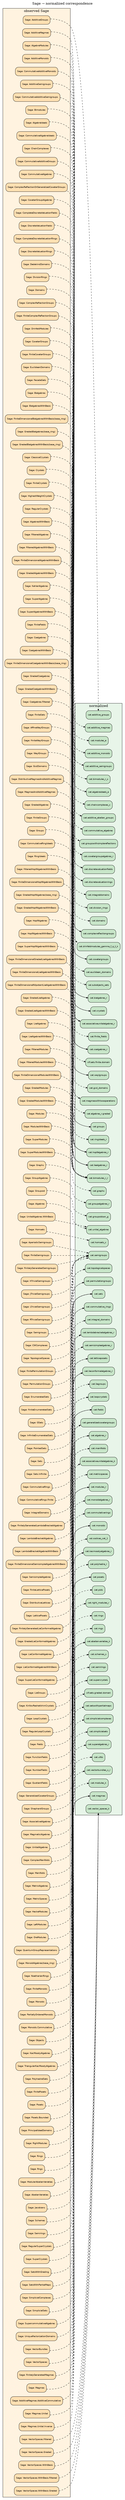
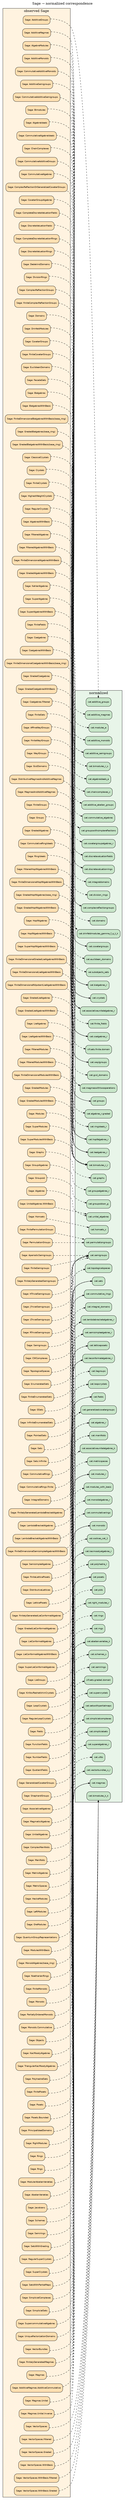
// GENERATED from observed + mapping + normalized ids
digraph SageToNormalized {
  graph [rankdir=LR, labelloc=t, label="Sage → normalized correspondence"];
  node [shape=box, style="rounded,filled", fontname="Helvetica", fontsize=9];
  edge [arrowsize=0.65];

  subgraph cluster_sage {
    label="observed Sage";
    style=filled; fillcolor="#fff3e0";
    "sage.category.additive_groups_additivegroups" [label="Sage: AdditiveGroups", kind="sage_category", fillcolor="#ffe0b2"];
    "sage.category.additive_magmas_additivemagmas" [label="Sage: AdditiveMagmas", kind="sage_category", fillcolor="#ffe0b2"];
    "sage.category.additive_monoids_additivemonoids" [label="Sage: AdditiveMonoids", kind="sage_category", fillcolor="#ffe0b2"];
    "sage.category.additive_semigroups_additivesemigroups" [label="Sage: AdditiveSemigroups", kind="sage_category", fillcolor="#ffe0b2"];
    "sage.category.affine_weyl_groups_affineweylgroups" [label="Sage: AffineWeylGroups", kind="sage_category", fillcolor="#ffe0b2"];
    "sage.category.algebra_ideals_algebraideals" [label="Sage: AlgebraIdeals", kind="sage_category", fillcolor="#ffe0b2"];
    "sage.category.algebra_modules_algebramodules" [label="Sage: AlgebraModules", kind="sage_category", fillcolor="#ffe0b2"];
    "sage.category.algebras_algebras" [label="Sage: Algebras", kind="sage_category", fillcolor="#ffe0b2"];
    "sage.category.algebras_with_basis_algebraswithbasis" [label="Sage: AlgebrasWithBasis", kind="sage_category", fillcolor="#ffe0b2"];
    "sage.category.aperiodic_semigroups_aperiodicsemigroups" [label="Sage: AperiodicSemigroups", kind="sage_category", fillcolor="#ffe0b2"];
    "sage.category.associative_algebras_associativealgebras" [label="Sage: AssociativeAlgebras", kind="sage_category", fillcolor="#ffe0b2"];
    "sage.category.bialgebras_bialgebras" [label="Sage: Bialgebras", kind="sage_category", fillcolor="#ffe0b2"];
    "sage.category.bialgebras_with_basis_bialgebraswithbasis" [label="Sage: BialgebrasWithBasis", kind="sage_category", fillcolor="#ffe0b2"];
    "sage.category.bimodules_bimodules" [label="Sage: Bimodules", kind="sage_category", fillcolor="#ffe0b2"];
    "sage.category.chain_complexes_chaincomplexes" [label="Sage: ChainComplexes", kind="sage_category", fillcolor="#ffe0b2"];
    "sage.category.classical_crystals_classicalcrystals" [label="Sage: ClassicalCrystals", kind="sage_category", fillcolor="#ffe0b2"];
    "sage.category.coalgebras_coalgebras" [label="Sage: Coalgebras", kind="sage_category", fillcolor="#ffe0b2"];
    "sage.category.coalgebras_with_basis_coalgebraswithbasis" [label="Sage: CoalgebrasWithBasis", kind="sage_category", fillcolor="#ffe0b2"];
    "sage.category.commutative_additive_groups_commutativeadditivegroups" [label="Sage: CommutativeAdditiveGroups", kind="sage_category", fillcolor="#ffe0b2"];
    "sage.category.commutative_additive_monoids_commutativeadditivemonoids" [label="Sage: CommutativeAdditiveMonoids", kind="sage_category", fillcolor="#ffe0b2"];
    "sage.category.commutative_additive_semigroups_commutativeadditivesemigroups" [label="Sage: CommutativeAdditiveSemigroups", kind="sage_category", fillcolor="#ffe0b2"];
    "sage.category.commutative_algebra_ideals_commutativealgebraideals" [label="Sage: CommutativeAlgebraIdeals", kind="sage_category", fillcolor="#ffe0b2"];
    "sage.category.commutative_algebras_commutativealgebras" [label="Sage: CommutativeAlgebras", kind="sage_category", fillcolor="#ffe0b2"];
    "sage.category.commutative_ring_ideals_commutativeringideals" [label="Sage: CommutativeRingIdeals", kind="sage_category", fillcolor="#ffe0b2"];
    "sage.category.commutative_rings_commutativerings" [label="Sage: CommutativeRings", kind="sage_category", fillcolor="#ffe0b2"];
    "sage.category.complete_discrete_valuation_completediscretevaluationfields" [label="Sage: CompleteDiscreteValuationFields", kind="sage_category", fillcolor="#ffe0b2"];
    "sage.category.complete_discrete_valuation_completediscretevaluationrings" [label="Sage: CompleteDiscreteValuationRings", kind="sage_category", fillcolor="#ffe0b2"];
    "sage.category.complex_reflection_groups_complexreflectiongroups" [label="Sage: ComplexReflectionGroups", kind="sage_category", fillcolor="#ffe0b2"];
    "sage.category.complex_reflection_or_generalized_coxeter_groups_complexreflectionorgeneralizedcoxetergroups" [label="Sage: ComplexReflectionOrGeneralizedCoxeterGroups", kind="sage_category", fillcolor="#ffe0b2"];
    "sage.category.coxeter_group_algebras_coxetergroupalgebras" [label="Sage: CoxeterGroupAlgebras", kind="sage_category", fillcolor="#ffe0b2"];
    "sage.category.coxeter_groups_coxetergroups" [label="Sage: CoxeterGroups", kind="sage_category", fillcolor="#ffe0b2"];
    "sage.category.crystals_crystals" [label="Sage: Crystals", kind="sage_category", fillcolor="#ffe0b2"];
    "sage.category.cw_complexes_cwcomplexes" [label="Sage: CWComplexes", kind="sage_category", fillcolor="#ffe0b2"];
    "sage.category.dedekind_domains_dedekinddomains" [label="Sage: DedekindDomains", kind="sage_category", fillcolor="#ffe0b2"];
    "sage.category.discrete_valuation_discretevaluationfields" [label="Sage: DiscreteValuationFields", kind="sage_category", fillcolor="#ffe0b2"];
    "sage.category.discrete_valuation_discretevaluationrings" [label="Sage: DiscreteValuationRings", kind="sage_category", fillcolor="#ffe0b2"];
    "sage.category.distributive_magmas_and_additive_magmas_distributivemagmasandadditivemagmas" [label="Sage: DistributiveMagmasAndAdditiveMagmas", kind="sage_category", fillcolor="#ffe0b2"];
    "sage.category.division_rings_divisionrings" [label="Sage: DivisionRings", kind="sage_category", fillcolor="#ffe0b2"];
    "sage.category.domains_domains" [label="Sage: Domains", kind="sage_category", fillcolor="#ffe0b2"];
    "sage.category.drinfeld_modules_drinfeldmodules" [label="Sage: DrinfeldModules", kind="sage_category", fillcolor="#ffe0b2"];
    "sage.category.enumerated_sets_enumeratedsets" [label="Sage: EnumeratedSets", kind="sage_category", fillcolor="#ffe0b2"];
    "sage.category.euclidean_domains_euclideandomains" [label="Sage: EuclideanDomains", kind="sage_category", fillcolor="#ffe0b2"];
    "sage.category.facade_sets_facadesets" [label="Sage: FacadeSets", kind="sage_category", fillcolor="#ffe0b2"];
    "sage.category.fields_fields" [label="Sage: Fields", kind="sage_category", fillcolor="#ffe0b2"];
    "sage.category.filtered_algebras_filteredalgebras" [label="Sage: FilteredAlgebras", kind="sage_category", fillcolor="#ffe0b2"];
    "sage.category.filtered_algebras_with_basis_filteredalgebraswithbasis" [label="Sage: FilteredAlgebrasWithBasis", kind="sage_category", fillcolor="#ffe0b2"];
    "sage.category.filtered_hopf_algebras_with_basis_filteredhopfalgebraswithbasis" [label="Sage: FilteredHopfAlgebrasWithBasis", kind="sage_category", fillcolor="#ffe0b2"];
    "sage.category.filtered_modules_filteredmodules" [label="Sage: FilteredModules", kind="sage_category", fillcolor="#ffe0b2"];
    "sage.category.filtered_modules_with_basis_filteredmoduleswithbasis" [label="Sage: FilteredModulesWithBasis", kind="sage_category", fillcolor="#ffe0b2"];
    "sage.category.finite_complex_reflection_groups_finitecomplexreflectiongroups" [label="Sage: FiniteComplexReflectionGroups", kind="sage_category", fillcolor="#ffe0b2"];
    "sage.category.finite_coxeter_groups_finitecoxetergroups" [label="Sage: FiniteCoxeterGroups", kind="sage_category", fillcolor="#ffe0b2"];
    "sage.category.finite_crystals_finitecrystals" [label="Sage: FiniteCrystals", kind="sage_category", fillcolor="#ffe0b2"];
    "sage.category.finite_dimensional_algebras_with_basis_finitedimensionalalgebraswithbasis" [label="Sage: FiniteDimensionalAlgebrasWithBasis", kind="sage_category", fillcolor="#ffe0b2"];
    "sage.category.finite_dimensional_bialgebras_with_basis_finitedimensionalbialgebraswithbasis" [label="Sage: FiniteDimensionalBialgebrasWithBasis(base_ring)", kind="sage_category", fillcolor="#ffe0b2"];
    "sage.category.finite_dimensional_coalgebras_with_basis_finitedimensionalcoalgebraswithbasis" [label="Sage: FiniteDimensionalCoalgebrasWithBasis(base_ring)", kind="sage_category", fillcolor="#ffe0b2"];
    "sage.category.finite_dimensional_graded_lie_algebras_with_basis_finitedimensionalgradedliealgebraswithbasis" [label="Sage: FiniteDimensionalGradedLieAlgebrasWithBasis", kind="sage_category", fillcolor="#ffe0b2"];
    "sage.category.finite_dimensional_hopf_algebras_with_basis_finitedimensionalhopfalgebraswithbasis" [label="Sage: FiniteDimensionalHopfAlgebrasWithBasis", kind="sage_category", fillcolor="#ffe0b2"];
    "sage.category.finite_dimensional_lie_algebras_with_basis_finitedimensionalliealgebraswithbasis" [label="Sage: FiniteDimensionalLieAlgebrasWithBasis", kind="sage_category", fillcolor="#ffe0b2"];
    "sage.category.finite_dimensional_modules_with_basis_finitedimensionalmoduleswithbasis" [label="Sage: FiniteDimensionalModulesWithBasis", kind="sage_category", fillcolor="#ffe0b2"];
    "sage.category.finite_dimensional_nilpotent_lie_algebras_with_basis_finitedimensionalnilpotentliealgebraswithbasis" [label="Sage: FiniteDimensionalNilpotentLieAlgebrasWithBasis", kind="sage_category", fillcolor="#ffe0b2"];
    "sage.category.finite_dimensional_semisimple_algebras_with_basis_finitedimensionalsemisimplealgebraswithbasis" [label="Sage: FiniteDimensionalSemisimpleAlgebrasWithBasis", kind="sage_category", fillcolor="#ffe0b2"];
    "sage.category.finite_enumerated_sets_finiteenumeratedsets" [label="Sage: FiniteEnumeratedSets", kind="sage_category", fillcolor="#ffe0b2"];
    "sage.category.finite_fields_finitefields" [label="Sage: FiniteFields", kind="sage_category", fillcolor="#ffe0b2"];
    "sage.category.finite_groups_finitegroups" [label="Sage: FiniteGroups", kind="sage_category", fillcolor="#ffe0b2"];
    "sage.category.finite_lattice_posets_finitelatticeposets" [label="Sage: FiniteLatticePosets", kind="sage_category", fillcolor="#ffe0b2"];
    "sage.category.finite_monoids_finitemonoids" [label="Sage: FiniteMonoids", kind="sage_category", fillcolor="#ffe0b2"];
    "sage.category.finite_permutation_groups_finitepermutationgroups" [label="Sage: FinitePermutationGroups", kind="sage_category", fillcolor="#ffe0b2"];
    "sage.category.finite_posets_finiteposets" [label="Sage: FinitePosets", kind="sage_category", fillcolor="#ffe0b2"];
    "sage.category.finite_semigroups_finitesemigroups" [label="Sage: FiniteSemigroups", kind="sage_category", fillcolor="#ffe0b2"];
    "sage.category.finite_sets_finitesets" [label="Sage: FiniteSets", kind="sage_category", fillcolor="#ffe0b2"];
    "sage.category.finite_weyl_groups_finiteweylgroups" [label="Sage: FiniteWeylGroups", kind="sage_category", fillcolor="#ffe0b2"];
    "sage.category.finitely_generated_lambda_bracket_algebras_finitelygeneratedlambdabracketalgebras" [label="Sage: FinitelyGeneratedLambdaBracketAlgebras", kind="sage_category", fillcolor="#ffe0b2"];
    "sage.category.finitely_generated_lie_conformal_algebras_finitelygeneratedlieconformalalgebras" [label="Sage: FinitelyGeneratedLieConformalAlgebras", kind="sage_category", fillcolor="#ffe0b2"];
    "sage.category.finitely_generated_magmas_finitelygeneratedmagmas" [label="Sage: FinitelyGeneratedMagmas", kind="sage_category", fillcolor="#ffe0b2"];
    "sage.category.finitely_generated_semigroups_finitelygeneratedsemigroups" [label="Sage: FinitelyGeneratedSemigroups", kind="sage_category", fillcolor="#ffe0b2"];
    "sage.category.function_fields_functionfields" [label="Sage: FunctionFields", kind="sage_category", fillcolor="#ffe0b2"];
    "sage.category.g_sets_gsets" [label="Sage: GSets", kind="sage_category", fillcolor="#ffe0b2"];
    "sage.category.gcd_domains_gcddomains" [label="Sage: GcdDomains", kind="sage_category", fillcolor="#ffe0b2"];
    "sage.category.generalized_coxeter_groups_generalizedcoxetergroups" [label="Sage: GeneralizedCoxeterGroups", kind="sage_category", fillcolor="#ffe0b2"];
    "sage.category.graded_algebras_gradedalgebras" [label="Sage: GradedAlgebras", kind="sage_category", fillcolor="#ffe0b2"];
    "sage.category.graded_algebras_with_basis_gradedalgebraswithbasis" [label="Sage: GradedAlgebrasWithBasis", kind="sage_category", fillcolor="#ffe0b2"];
    "sage.category.graded_bialgebras_gradedbialgebras" [label="Sage: GradedBialgebras(base_ring)", kind="sage_category", fillcolor="#ffe0b2"];
    "sage.category.graded_bialgebras_with_basis_gradedbialgebraswithbasis" [label="Sage: GradedBialgebrasWithBasis(base_ring)", kind="sage_category", fillcolor="#ffe0b2"];
    "sage.category.graded_coalgebras_gradedcoalgebras" [label="Sage: GradedCoalgebras", kind="sage_category", fillcolor="#ffe0b2"];
    "sage.category.graded_coalgebras_with_basis_gradedcoalgebraswithbasis" [label="Sage: GradedCoalgebrasWithBasis", kind="sage_category", fillcolor="#ffe0b2"];
    "sage.category.graded_hopf_algebras_gradedhopfalgebras" [label="Sage: GradedHopfAlgebras(base_ring)", kind="sage_category", fillcolor="#ffe0b2"];
    "sage.category.graded_hopf_algebras_with_basis_gradedhopfalgebraswithbasis" [label="Sage: GradedHopfAlgebrasWithBasis", kind="sage_category", fillcolor="#ffe0b2"];
    "sage.category.graded_lie_algebras_gradedliealgebras" [label="Sage: GradedLieAlgebras", kind="sage_category", fillcolor="#ffe0b2"];
    "sage.category.graded_lie_algebras_with_basis_gradedliealgebraswithbasis" [label="Sage: GradedLieAlgebrasWithBasis", kind="sage_category", fillcolor="#ffe0b2"];
    "sage.category.graded_lie_conformal_algebras_gradedlieconformalalgebras" [label="Sage: GradedLieConformalAlgebras", kind="sage_category", fillcolor="#ffe0b2"];
    "sage.category.graded_modules_gradedmodules" [label="Sage: GradedModules", kind="sage_category", fillcolor="#ffe0b2"];
    "sage.category.graded_modules_with_basis_gradedmoduleswithbasis" [label="Sage: GradedModulesWithBasis", kind="sage_category", fillcolor="#ffe0b2"];
    "sage.category.graphs_graphs" [label="Sage: Graphs", kind="sage_category", fillcolor="#ffe0b2"];
    "sage.category.group_algebras_groupalgebras" [label="Sage: GroupAlgebras", kind="sage_category", fillcolor="#ffe0b2"];
    "sage.category.groupoid_groupoid" [label="Sage: Groupoid", kind="sage_category", fillcolor="#ffe0b2"];
    "sage.category.groups_groups" [label="Sage: Groups", kind="sage_category", fillcolor="#ffe0b2"];
    "sage.category.h_trivial_semigroups_htrivialsemigroups" [label="Sage: HTrivialSemigroups", kind="sage_category", fillcolor="#ffe0b2"];
    "sage.category.hecke_modules_heckemodules" [label="Sage: HeckeModules", kind="sage_category", fillcolor="#ffe0b2"];
    "sage.category.highest_weight_crystals_highestweightcrystals" [label="Sage: HighestWeightCrystals", kind="sage_category", fillcolor="#ffe0b2"];
    "sage.category.homsets_homsets" [label="Sage: Homsets", kind="sage_category", fillcolor="#ffe0b2"];
    "sage.category.hopf_algebras_hopfalgebras" [label="Sage: HopfAlgebras", kind="sage_category", fillcolor="#ffe0b2"];
    "sage.category.hopf_algebras_with_basis_hopfalgebraswithbasis" [label="Sage: HopfAlgebrasWithBasis", kind="sage_category", fillcolor="#ffe0b2"];
    "sage.category.infinite_enumerated_sets_infiniteenumeratedsets" [label="Sage: InfiniteEnumeratedSets", kind="sage_category", fillcolor="#ffe0b2"];
    "sage.category.integral_domains_integraldomains" [label="Sage: IntegralDomains", kind="sage_category", fillcolor="#ffe0b2"];
    "sage.category.j_trivial_semigroups_jtrivialsemigroups" [label="Sage: JTrivialSemigroups", kind="sage_category", fillcolor="#ffe0b2"];
    "sage.category.kac_moody_algebras_kacmoodyalgebras" [label="Sage: KacMoodyAlgebras", kind="sage_category", fillcolor="#ffe0b2"];
    "sage.category.kahler_algebras_kahleralgebras" [label="Sage: KahlerAlgebras", kind="sage_category", fillcolor="#ffe0b2"];
    "sage.category.l_trivial_semigroups_ltrivialsemigroups" [label="Sage: LTrivialSemigroups", kind="sage_category", fillcolor="#ffe0b2"];
    "sage.category.lambda_bracket_algebras_lambdabracketalgebras" [label="Sage: LambdaBracketAlgebras", kind="sage_category", fillcolor="#ffe0b2"];
    "sage.category.lambda_bracket_algebras_with_basis_lambdabracketalgebraswithbasis" [label="Sage: LambdaBracketAlgebrasWithBasis", kind="sage_category", fillcolor="#ffe0b2"];
    "sage.category.lattice_posets_distributivelattices" [label="Sage: DistributiveLattices", kind="sage_category", fillcolor="#ffe0b2"];
    "sage.category.lattice_posets_latticeposets" [label="Sage: LatticePosets", kind="sage_category", fillcolor="#ffe0b2"];
    "sage.category.left_modules_leftmodules" [label="Sage: LeftModules", kind="sage_category", fillcolor="#ffe0b2"];
    "sage.category.lie_algebras_liealgebras" [label="Sage: LieAlgebras", kind="sage_category", fillcolor="#ffe0b2"];
    "sage.category.lie_algebras_with_basis_liealgebraswithbasis" [label="Sage: LieAlgebrasWithBasis", kind="sage_category", fillcolor="#ffe0b2"];
    "sage.category.lie_conformal_algebras_lieconformalalgebras" [label="Sage: LieConformalAlgebras", kind="sage_category", fillcolor="#ffe0b2"];
    "sage.category.lie_conformal_algebras_with_basis_lieconformalalgebraswithbasis" [label="Sage: LieConformalAlgebrasWithBasis", kind="sage_category", fillcolor="#ffe0b2"];
    "sage.category.lie_groups_liegroups" [label="Sage: LieGroups", kind="sage_category", fillcolor="#ffe0b2"];
    "sage.category.loop_crystals_kirillovreshetikhincrystals" [label="Sage: KirillovReshetikhinCrystals", kind="sage_category", fillcolor="#ffe0b2"];
    "sage.category.loop_crystals_loopcrystals" [label="Sage: LoopCrystals", kind="sage_category", fillcolor="#ffe0b2"];
    "sage.category.loop_crystals_regularloopcrystals" [label="Sage: RegularLoopCrystals", kind="sage_category", fillcolor="#ffe0b2"];
    "sage.category.magmas_and_additive_magmas_magmasandadditivemagmas" [label="Sage: MagmasAndAdditiveMagmas", kind="sage_category", fillcolor="#ffe0b2"];
    "sage.category.magmas_magmas" [label="Sage: Magmas", kind="sage_category", fillcolor="#ffe0b2"];
    "sage.category.magmatic_algebras_magmaticalgebras" [label="Sage: MagmaticAlgebras", kind="sage_category", fillcolor="#ffe0b2"];
    "sage.category.manifolds_complexmanifolds" [label="Sage: ComplexManifolds", kind="sage_category", fillcolor="#ffe0b2"];
    "sage.category.manifolds_manifolds" [label="Sage: Manifolds", kind="sage_category", fillcolor="#ffe0b2"];
    "sage.category.matrix_algebras_matrixalgebras" [label="Sage: MatrixAlgebras", kind="sage_category", fillcolor="#ffe0b2"];
    "sage.category.metric_spaces_metricspaces" [label="Sage: MetricSpaces", kind="sage_category", fillcolor="#ffe0b2"];
    "sage.category.modular_abelian_varieties_modularabelianvarieties" [label="Sage: ModularAbelianVarieties", kind="sage_category", fillcolor="#ffe0b2"];
    "sage.category.modules_modules" [label="Sage: Modules", kind="sage_category", fillcolor="#ffe0b2"];
    "sage.category.modules_with_basis_moduleswithbasis" [label="Sage: ModulesWithBasis", kind="sage_category", fillcolor="#ffe0b2"];
    "sage.category.monoid_algebras_monoidalgebras" [label="Sage: MonoidAlgebras(base_ring)", kind="sage_category", fillcolor="#ffe0b2"];
    "sage.category.monoids_monoids" [label="Sage: Monoids", kind="sage_category", fillcolor="#ffe0b2"];
    "sage.category.noetherian_rings_noetherianrings" [label="Sage: NoetherianRings", kind="sage_category", fillcolor="#ffe0b2"];
    "sage.category.number_fields_numberfields" [label="Sage: NumberFields", kind="sage_category", fillcolor="#ffe0b2"];
    "sage.category.objects_objects" [label="Sage: Objects", kind="sage_category", fillcolor="#ffe0b2"];
    "sage.category.ore_modules_oremodules" [label="Sage: OreModules", kind="sage_category", fillcolor="#ffe0b2"];
    "sage.category.partially_ordered_monoids_partiallyorderedmonoids" [label="Sage: PartiallyOrderedMonoids", kind="sage_category", fillcolor="#ffe0b2"];
    "sage.category.permutation_groups_permutationgroups" [label="Sage: PermutationGroups", kind="sage_category", fillcolor="#ffe0b2"];
    "sage.category.pointed_sets_pointedsets" [label="Sage: PointedSets", kind="sage_category", fillcolor="#ffe0b2"];
    "sage.category.polyhedra_polyhedralsets" [label="Sage: PolyhedralSets", kind="sage_category", fillcolor="#ffe0b2"];
    "sage.category.posets_posets" [label="Sage: Posets", kind="sage_category", fillcolor="#ffe0b2"];
    "sage.category.principal_ideal_domains_principalidealdomains" [label="Sage: PrincipalIdealDomains", kind="sage_category", fillcolor="#ffe0b2"];
    "sage.category.quantum_group_representations_quantumgrouprepresentations" [label="Sage: QuantumGroupRepresentations", kind="sage_category", fillcolor="#ffe0b2"];
    "sage.category.quotient_fields_quotientfields" [label="Sage: QuotientFields", kind="sage_category", fillcolor="#ffe0b2"];
    "sage.category.r_trivial_semigroups_rtrivialsemigroups" [label="Sage: RTrivialSemigroups", kind="sage_category", fillcolor="#ffe0b2"];
    "sage.category.regular_crystals_regularcrystals" [label="Sage: RegularCrystals", kind="sage_category", fillcolor="#ffe0b2"];
    "sage.category.regular_supercrystals_regularsupercrystals" [label="Sage: RegularSuperCrystals", kind="sage_category", fillcolor="#ffe0b2"];
    "sage.category.right_modules_rightmodules" [label="Sage: RightModules", kind="sage_category", fillcolor="#ffe0b2"];
    "sage.category.ring_ideals_ringideals" [label="Sage: RingIdeals", kind="sage_category", fillcolor="#ffe0b2"];
    "sage.category.rings_rings" [label="Sage: Rings", kind="sage_category", fillcolor="#ffe0b2"];
    "sage.category.rngs_rngs" [label="Sage: Rngs", kind="sage_category", fillcolor="#ffe0b2"];
    "sage.category.schemes_abelianvarieties" [label="Sage: AbelianVarieties", kind="sage_category", fillcolor="#ffe0b2"];
    "sage.category.schemes_jacobians" [label="Sage: Jacobians", kind="sage_category", fillcolor="#ffe0b2"];
    "sage.category.schemes_schemes" [label="Sage: Schemes", kind="sage_category", fillcolor="#ffe0b2"];
    "sage.category.semigroups_semigroups" [label="Sage: Semigroups", kind="sage_category", fillcolor="#ffe0b2"];
    "sage.category.semirings_semirings" [label="Sage: Semirings", kind="sage_category", fillcolor="#ffe0b2"];
    "sage.category.semisimple_algebras_semisimplealgebras" [label="Sage: SemisimpleAlgebras", kind="sage_category", fillcolor="#ffe0b2"];
    "sage.category.sets_cat_sets" [label="Sage: Sets", kind="sage_category", fillcolor="#ffe0b2"];
    "sage.category.sets_with_grading_setswithgrading" [label="Sage: SetsWithGrading", kind="sage_category", fillcolor="#ffe0b2"];
    "sage.category.sets_with_partial_maps_setswithpartialmaps" [label="Sage: SetsWithPartialMaps", kind="sage_category", fillcolor="#ffe0b2"];
    "sage.category.shephard_groups_shephardgroups" [label="Sage: ShephardGroups", kind="sage_category", fillcolor="#ffe0b2"];
    "sage.category.simplicial_complexes_simplicialcomplexes" [label="Sage: SimplicialComplexes", kind="sage_category", fillcolor="#ffe0b2"];
    "sage.category.simplicial_sets_simplicialsets" [label="Sage: SimplicialSets", kind="sage_category", fillcolor="#ffe0b2"];
    "sage.category.super_algebras_superalgebras" [label="Sage: SuperAlgebras", kind="sage_category", fillcolor="#ffe0b2"];
    "sage.category.super_algebras_with_basis_superalgebraswithbasis" [label="Sage: SuperAlgebrasWithBasis", kind="sage_category", fillcolor="#ffe0b2"];
    "sage.category.super_hopf_algebras_with_basis_superhopfalgebraswithbasis" [label="Sage: SuperHopfAlgebrasWithBasis", kind="sage_category", fillcolor="#ffe0b2"];
    "sage.category.super_lie_conformal_algebras_superlieconformalalgebras" [label="Sage: SuperLieConformalAlgebras", kind="sage_category", fillcolor="#ffe0b2"];
    "sage.category.super_modules_supermodules" [label="Sage: SuperModules", kind="sage_category", fillcolor="#ffe0b2"];
    "sage.category.super_modules_with_basis_supermoduleswithbasis" [label="Sage: SuperModulesWithBasis", kind="sage_category", fillcolor="#ffe0b2"];
    "sage.category.supercommutative_algebras_supercommutativealgebras" [label="Sage: SupercommutativeAlgebras", kind="sage_category", fillcolor="#ffe0b2"];
    "sage.category.supercrystals_supercrystals" [label="Sage: SuperCrystals", kind="sage_category", fillcolor="#ffe0b2"];
    "sage.category.topological_spaces_topologicalspaces" [label="Sage: TopologicalSpaces", kind="sage_category", fillcolor="#ffe0b2"];
    "sage.category.triangular_kac_moody_algebras_triangularkacmoodyalgebras" [label="Sage: TriangularKacMoodyAlgebras", kind="sage_category", fillcolor="#ffe0b2"];
    "sage.category.unique_factorization_domains_uniquefactorizationdomains" [label="Sage: UniqueFactorizationDomains", kind="sage_category", fillcolor="#ffe0b2"];
    "sage.category.unital_algebras_unitalalgebras" [label="Sage: UnitalAlgebras", kind="sage_category", fillcolor="#ffe0b2"];
    "sage.category.vector_bundles_vectorbundles" [label="Sage: VectorBundles", kind="sage_category", fillcolor="#ffe0b2"];
    "sage.category.vector_spaces_vectorspaces" [label="Sage: VectorSpaces", kind="sage_category", fillcolor="#ffe0b2"];
    "sage.category.weyl_groups_weylgroups" [label="Sage: WeylGroups", kind="sage_category", fillcolor="#ffe0b2"];
    "sage.category.with_axiom.additivemagmas.additivecommutative" [label="Sage: AdditiveMagmas.AdditiveCommutative", kind="sage_category", fillcolor="#ffe0b2"];
    "sage.category.with_axiom.coalgebras.filtered" [label="Sage: Coalgebras.Filtered", kind="sage_category", fillcolor="#ffe0b2"];
    "sage.category.with_axiom.commutativerings.finite" [label="Sage: CommutativeRings.Finite", kind="sage_category", fillcolor="#ffe0b2"];
    "sage.category.with_axiom.magmas.unital" [label="Sage: Magmas.Unital", kind="sage_category", fillcolor="#ffe0b2"];
    "sage.category.with_axiom.magmas.unital.inverse" [label="Sage: Magmas.Unital.Inverse", kind="sage_category", fillcolor="#ffe0b2"];
    "sage.category.with_axiom.monoids.commutative" [label="Sage: Monoids.Commutative", kind="sage_category", fillcolor="#ffe0b2"];
    "sage.category.with_axiom.posets.bounded" [label="Sage: Posets.Bounded", kind="sage_category", fillcolor="#ffe0b2"];
    "sage.category.with_axiom.sets.infinite" [label="Sage: Sets.Infinite", kind="sage_category", fillcolor="#ffe0b2"];
    "sage.category.with_axiom.unitalalgebras.withbasis" [label="Sage: UnitalAlgebras.WithBasis", kind="sage_category", fillcolor="#ffe0b2"];
    "sage.category.with_axiom.vectorspaces.filtered" [label="Sage: VectorSpaces.Filtered", kind="sage_category", fillcolor="#ffe0b2"];
    "sage.category.with_axiom.vectorspaces.graded" [label="Sage: VectorSpaces.Graded", kind="sage_category", fillcolor="#ffe0b2"];
    "sage.category.with_axiom.vectorspaces.withbasis" [label="Sage: VectorSpaces.WithBasis", kind="sage_category", fillcolor="#ffe0b2"];
    "sage.category.with_axiom.vectorspaces.withbasis.filtered" [label="Sage: VectorSpaces.WithBasis.Filtered", kind="sage_category", fillcolor="#ffe0b2"];
    "sage.category.with_axiom.vectorspaces.withbasis.graded" [label="Sage: VectorSpaces.WithBasis.Graded", kind="sage_category", fillcolor="#ffe0b2"];
  }

  subgraph cluster_norm {
    label="normalized";
    style=filled; fillcolor="#e8f5e9";
    "cat.abelianvarieties_k" [label="cat.abelianvarieties_k", kind="normalized", fillcolor="#c8e6c9"];
    "cat.additive_abelian_groups" [label="cat.additive_abelian_groups", kind="normalized", fillcolor="#c8e6c9"];
    "cat.additive_groups" [label="cat.additive_groups", kind="normalized", fillcolor="#c8e6c9"];
    "cat.additive_magmas" [label="cat.additive_magmas", kind="normalized", fillcolor="#c8e6c9"];
    "cat.additive_monoids" [label="cat.additive_monoids", kind="normalized", fillcolor="#c8e6c9"];
    "cat.additive_semigroups" [label="cat.additive_semigroups", kind="normalized", fillcolor="#c8e6c9"];
    "cat.algebraideals_a" [label="cat.algebraideals_a", kind="normalized", fillcolor="#c8e6c9"];
    "cat.algebras_r" [label="cat.algebras_r", kind="normalized", fillcolor="#c8e6c9"];
    "cat.algebras_r.graded" [label="cat.algebras_r.graded", kind="normalized", fillcolor="#c8e6c9"];
    "cat.associativeunitalalgebras_k" [label="cat.associativeunitalalgebras_k", kind="normalized", fillcolor="#c8e6c9"];
    "cat.associativeunitalalgebras_r" [label="cat.associativeunitalalgebras_r", kind="normalized", fillcolor="#c8e6c9"];
    "cat.bialgebras_r" [label="cat.bialgebras_r", kind="normalized", fillcolor="#c8e6c9"];
+     "cat.bimodules_k_k" [label="cat.bimodules_k_k", kind="normalized", fillcolor="#c8e6c9"];
    "cat.bimodules_r_r" [label="cat.bimodules_r_r", kind="normalized", fillcolor="#c8e6c9"];
    "cat.bimodules_r_s" [label="cat.bimodules_r_s", kind="normalized", fillcolor="#c8e6c9"];
    "cat.chaincomplexes_c" [label="cat.chaincomplexes_c", kind="normalized", fillcolor="#c8e6c9"];
    "cat.coalgebras_r" [label="cat.coalgebras_r", kind="normalized", fillcolor="#c8e6c9"];
    "cat.commutative_algebras" [label="cat.commutative_algebras", kind="normalized", fillcolor="#c8e6c9"];
    "cat.commutative_rings" [label="cat.commutative_rings", kind="normalized", fillcolor="#c8e6c9"];
    "cat.commutativerings" [label="cat.commutativerings", kind="normalized", fillcolor="#c8e6c9"];
    "cat.complexreflectiongroups" [label="cat.complexreflectiongroups", kind="normalized", fillcolor="#c8e6c9"];
    "cat.coxetergroupalgebras_r" [label="cat.coxetergroupalgebras_r", kind="normalized", fillcolor="#c8e6c9"];
    "cat.coxetergroups" [label="cat.coxetergroups", kind="normalized", fillcolor="#c8e6c9"];
    "cat.crystals" [label="cat.crystals", kind="normalized", fillcolor="#c8e6c9"];
    "cat.discretevaluationfields" [label="cat.discretevaluationfields", kind="normalized", fillcolor="#c8e6c9"];
    "cat.discretevaluationrings" [label="cat.discretevaluationrings", kind="normalized", fillcolor="#c8e6c9"];
    "cat.division_rings" [label="cat.division_rings", kind="normalized", fillcolor="#c8e6c9"];
    "cat.domains" [label="cat.domains", kind="normalized", fillcolor="#c8e6c9"];
    "cat.drinfeldmodules_gamma_f_q_t_k" [label="cat.drinfeldmodules_gamma_f_q_t_k", kind="normalized", fillcolor="#c8e6c9"];
    "cat.euclidean_domains" [label="cat.euclidean_domains", kind="normalized", fillcolor="#c8e6c9"];
    "cat.fields" [label="cat.fields", kind="normalized", fillcolor="#c8e6c9"];
    "cat.finite_fields" [label="cat.finite_fields", kind="normalized", fillcolor="#c8e6c9"];
    "cat.gcd_domains" [label="cat.gcd_domains", kind="normalized", fillcolor="#c8e6c9"];
    "cat.generalizedcoxetergroups" [label="cat.generalizedcoxetergroups", kind="normalized", fillcolor="#c8e6c9"];
    "cat.graphs" [label="cat.graphs", kind="normalized", fillcolor="#c8e6c9"];
    "cat.groupalgebras_r" [label="cat.groupalgebras_r", kind="normalized", fillcolor="#c8e6c9"];
    "cat.groupoidson_g" [label="cat.groupoidson_g", kind="normalized", fillcolor="#c8e6c9"];
    "cat.groups" [label="cat.groups", kind="normalized", fillcolor="#c8e6c9"];
    "cat.groupswithsimplereflections" [label="cat.groupswithsimplereflections", kind="normalized", fillcolor="#c8e6c9"];
    "cat.homsets_c" [label="cat.homsets_c", kind="normalized", fillcolor="#c8e6c9"];
    "cat.hopfalgebras_r" [label="cat.hopfalgebras_r", kind="normalized", fillcolor="#c8e6c9"];
    "cat.integral_domains" [label="cat.integral_domains", kind="normalized", fillcolor="#c8e6c9"];
    "cat.integraldomains" [label="cat.integraldomains", kind="normalized", fillcolor="#c8e6c9"];
    "cat.kacmoodyalgebras_r" [label="cat.kacmoodyalgebras_r", kind="normalized", fillcolor="#c8e6c9"];
    "cat.lambdabracketalgebras_r" [label="cat.lambdabracketalgebras_r", kind="normalized", fillcolor="#c8e6c9"];
    "cat.latticeposets" [label="cat.latticeposets", kind="normalized", fillcolor="#c8e6c9"];
    "cat.liealgebras_r" [label="cat.liealgebras_r", kind="normalized", fillcolor="#c8e6c9"];
    "cat.lieconformalalgebras_r" [label="cat.lieconformalalgebras_r", kind="normalized", fillcolor="#c8e6c9"];
    "cat.liegroups" [label="cat.liegroups", kind="normalized", fillcolor="#c8e6c9"];
    "cat.loopcrystals" [label="cat.loopcrystals", kind="normalized", fillcolor="#c8e6c9"];
    "cat.magmas" [label="cat.magmas", kind="normalized", fillcolor="#c8e6c9"];
    "cat.magmaswithtwooperations" [label="cat.magmaswithtwooperations", kind="normalized", fillcolor="#c8e6c9"];
    "cat.manifolds" [label="cat.manifolds", kind="normalized", fillcolor="#c8e6c9"];
    "cat.metricspaces" [label="cat.metricspaces", kind="normalized", fillcolor="#c8e6c9"];
    "cat.modules_a" [label="cat.modules_a", kind="normalized", fillcolor="#c8e6c9"];
-     "cat.modules_k" [label="cat.modules_k", kind="normalized", fillcolor="#c8e6c9"];
    "cat.modules_r" [label="cat.modules_r", kind="normalized", fillcolor="#c8e6c9"];
+     "cat.modules_with_basis" [label="cat.modules_with_basis", kind="normalized", fillcolor="#c8e6c9"];
    "cat.monoidalgebras_r" [label="cat.monoidalgebras_r", kind="normalized", fillcolor="#c8e6c9"];
    "cat.monoids" [label="cat.monoids", kind="normalized", fillcolor="#c8e6c9"];
    "cat.permutationgroups" [label="cat.permutationgroups", kind="normalized", fillcolor="#c8e6c9"];
    "cat.pids" [label="cat.pids", kind="normalized", fillcolor="#c8e6c9"];
    "cat.polyhedra_r" [label="cat.polyhedra_r", kind="normalized", fillcolor="#c8e6c9"];
    "cat.posets" [label="cat.posets", kind="normalized", fillcolor="#c8e6c9"];
    "cat.right_modules_r" [label="cat.right_modules_r", kind="normalized", fillcolor="#c8e6c9"];
    "cat.ringideals_r" [label="cat.ringideals_r", kind="normalized", fillcolor="#c8e6c9"];
    "cat.rings" [label="cat.rings", kind="normalized", fillcolor="#c8e6c9"];
    "cat.rngs" [label="cat.rngs", kind="normalized", fillcolor="#c8e6c9"];
    "cat.schemes_s" [label="cat.schemes_s", kind="normalized", fillcolor="#c8e6c9"];
    "cat.semigroups" [label="cat.semigroups", kind="normalized", fillcolor="#c8e6c9"];
    "cat.semirings" [label="cat.semirings", kind="normalized", fillcolor="#c8e6c9"];
    "cat.semisimplealgebras_r" [label="cat.semisimplealgebras_r", kind="normalized", fillcolor="#c8e6c9"];
    "cat.sets" [label="cat.sets", kind="normalized", fillcolor="#c8e6c9"];
    "cat.setswithpartialmaps" [label="cat.setswithpartialmaps", kind="normalized", fillcolor="#c8e6c9"];
    "cat.simplicialcomplexes" [label="cat.simplicialcomplexes", kind="normalized", fillcolor="#c8e6c9"];
    "cat.simplicialsets" [label="cat.simplicialsets", kind="normalized", fillcolor="#c8e6c9"];
    "cat.superalgebras_r" [label="cat.superalgebras_r", kind="normalized", fillcolor="#c8e6c9"];
    "cat.supercrystals" [label="cat.supercrystals", kind="normalized", fillcolor="#c8e6c9"];
    "cat.topologicalspaces" [label="cat.topologicalspaces", kind="normalized", fillcolor="#c8e6c9"];
    "cat.ufds" [label="cat.ufds", kind="normalized", fillcolor="#c8e6c9"];
    "cat.unital_algebras" [label="cat.unital_algebras", kind="normalized", fillcolor="#c8e6c9"];
-     "cat.vector_spaces_k" [label="cat.vector_spaces_k", kind="normalized", fillcolor="#c8e6c9"];
    "cat.vectorbundles_x_r" [label="cat.vectorbundles_x_r", kind="normalized", fillcolor="#c8e6c9"];
    "cat.weylgroups" [label="cat.weylgroups", kind="normalized", fillcolor="#c8e6c9"];
    "clf.sets.finite.domain" [label="clf.sets.finite.domain", kind="normalized", fillcolor="#c8e6c9"];
    "clf.sets.graded.domain" [label="clf.sets.graded.domain", kind="normalized", fillcolor="#c8e6c9"];
    "val.coslices_cat_1" [label="val.coslices_cat_1", kind="normalized", fillcolor="#c8e6c9"];
    "val.subobjects_sets" [label="val.subobjects_sets", kind="normalized", fillcolor="#c8e6c9"];
  }

  "sage.category.finite_dimensional_bialgebras_with_basis_finitedimensionalbialgebraswithbasis" -> "cat.bialgebras_r" [kind="normalizes_to", mapping="constructible", style=dashed];
  "sage.category.finite_dimensional_coalgebras_with_basis_finitedimensionalcoalgebraswithbasis" -> "cat.coalgebras_r" [kind="normalizes_to", mapping="constructible", style=dashed];
  "sage.category.graded_bialgebras_gradedbialgebras" -> "cat.bialgebras_r" [kind="normalizes_to", mapping="constructible", style=dashed];
  "sage.category.graded_bialgebras_with_basis_gradedbialgebraswithbasis" -> "cat.bialgebras_r" [kind="normalizes_to", mapping="constructible", style=dashed];
  "sage.category.graded_hopf_algebras_gradedhopfalgebras" -> "cat.hopfalgebras_r" [kind="normalizes_to", mapping="constructible", style=dashed];
  "sage.category.monoid_algebras_monoidalgebras" -> "cat.monoidalgebras_r" [kind="normalizes_to", mapping="exact", style=dashed];
  "sage.category.schemes_abelianvarieties" -> "cat.abelianvarieties_k" [kind="normalizes_to", mapping="constructible", style=dashed];
  "sage.category.additive_groups_additivegroups" -> "cat.additive_groups" [kind="normalizes_to", mapping="exact", style=dashed];
  "sage.category.additive_magmas_additivemagmas" -> "cat.additive_magmas" [kind="normalizes_to", mapping="constructible", style=dashed];
  "sage.category.additive_monoids_additivemonoids" -> "cat.additive_monoids" [kind="normalizes_to", mapping="exact", style=dashed];
  "sage.category.additive_semigroups_additivesemigroups" -> "cat.additive_semigroups" [kind="normalizes_to", mapping="exact", style=dashed];
  "sage.category.affine_weyl_groups_affineweylgroups" -> "cat.weylgroups" [kind="normalizes_to", mapping="constructible", style=dashed];
  "sage.category.algebra_ideals_algebraideals" -> "cat.algebraideals_a" [kind="normalizes_to", mapping="exact", style=dashed];
  "sage.category.algebra_modules_algebramodules" -> "cat.modules_a" [kind="normalizes_to", mapping="presentation_alias", style=dashed];
  "sage.category.algebras_algebras" -> "cat.unital_algebras" [kind="normalizes_to", mapping="constructible", style=dashed];
  "sage.category.algebras_with_basis_algebraswithbasis" -> "cat.associativeunitalalgebras_r" [kind="normalizes_to", mapping="constructible", style=dashed];
  "sage.category.aperiodic_semigroups_aperiodicsemigroups" -> "cat.semigroups" [kind="normalizes_to", mapping="constructible", style=dashed];
  "sage.category.associative_algebras_associativealgebras" -> "cat.algebras_r" [kind="normalizes_to", mapping="constructible", style=dashed];
  "sage.category.bialgebras_bialgebras" -> "cat.bialgebras_r" [kind="normalizes_to", mapping="exact", style=dashed];
  "sage.category.bialgebras_with_basis_bialgebraswithbasis" -> "cat.bialgebras_r" [kind="normalizes_to", mapping="constructible", style=dashed];
  "sage.category.bimodules_bimodules" -> "cat.bimodules_r_s" [kind="normalizes_to", mapping="exact", style=dashed];
  "sage.category.chain_complexes_chaincomplexes" -> "cat.chaincomplexes_c" [kind="normalizes_to", mapping="exact", style=dashed];
  "sage.category.classical_crystals_classicalcrystals" -> "cat.crystals" [kind="normalizes_to", mapping="constructible", style=dashed];
  "sage.category.coalgebras_coalgebras" -> "cat.coalgebras_r" [kind="normalizes_to", mapping="exact", style=dashed];
  "sage.category.coalgebras_with_basis_coalgebraswithbasis" -> "cat.coalgebras_r" [kind="normalizes_to", mapping="constructible", style=dashed];
  "sage.category.commutative_additive_groups_commutativeadditivegroups" -> "cat.additive_abelian_groups" [kind="normalizes_to", mapping="exact", style=dashed];
  "sage.category.commutative_additive_monoids_commutativeadditivemonoids" -> "cat.additive_monoids" [kind="normalizes_to", mapping="constructible", style=dashed];
  "sage.category.commutative_additive_semigroups_commutativeadditivesemigroups" -> "cat.additive_semigroups" [kind="normalizes_to", mapping="constructible", style=dashed];
  "sage.category.commutative_algebra_ideals_commutativealgebraideals" -> "cat.algebraideals_a" [kind="normalizes_to", mapping="presentation_alias", style=dashed];
  "sage.category.commutative_algebras_commutativealgebras" -> "cat.commutative_algebras" [kind="normalizes_to", mapping="constructible", style=dashed];
  "sage.category.commutative_ring_ideals_commutativeringideals" -> "cat.ringideals_r" [kind="normalizes_to", mapping="presentation_alias", style=dashed];
  "sage.category.commutative_rings_commutativerings" -> "cat.commutative_rings" [kind="normalizes_to", mapping="constructible", style=dashed];
  "sage.category.complete_discrete_valuation_completediscretevaluationfields" -> "cat.discretevaluationfields" [kind="normalizes_to", mapping="constructible", style=dashed];
  "sage.category.complete_discrete_valuation_completediscretevaluationrings" -> "cat.discretevaluationrings" [kind="normalizes_to", mapping="constructible", style=dashed];
  "sage.category.complex_reflection_groups_complexreflectiongroups" -> "cat.complexreflectiongroups" [kind="normalizes_to", mapping="constructible", style=dashed];
  "sage.category.complex_reflection_or_generalized_coxeter_groups_complexreflectionorgeneralizedcoxetergroups" -> "cat.groupswithsimplereflections" [kind="normalizes_to", mapping="exact", style=dashed];
  "sage.category.coxeter_group_algebras_coxetergroupalgebras" -> "cat.coxetergroupalgebras_r" [kind="normalizes_to", mapping="exact", style=dashed];
  "sage.category.coxeter_groups_coxetergroups" -> "cat.coxetergroups" [kind="normalizes_to", mapping="constructible", style=dashed];
  "sage.category.crystals_crystals" -> "cat.crystals" [kind="normalizes_to", mapping="exact", style=dashed];
  "sage.category.cw_complexes_cwcomplexes" -> "cat.topologicalspaces" [kind="normalizes_to", mapping="constructible", style=dashed];
  "sage.category.dedekind_domains_dedekinddomains" -> "cat.integraldomains" [kind="normalizes_to", mapping="constructible", style=dashed];
  "sage.category.discrete_valuation_discretevaluationfields" -> "cat.discretevaluationfields" [kind="normalizes_to", mapping="constructible", style=dashed];
  "sage.category.discrete_valuation_discretevaluationrings" -> "cat.discretevaluationrings" [kind="normalizes_to", mapping="constructible", style=dashed];
  "sage.category.distributive_magmas_and_additive_magmas_distributivemagmasandadditivemagmas" -> "cat.magmaswithtwooperations" [kind="normalizes_to", mapping="constructible", style=dashed];
  "sage.category.division_rings_divisionrings" -> "cat.division_rings" [kind="normalizes_to", mapping="constructible", style=dashed];
  "sage.category.domains_domains" -> "cat.domains" [kind="normalizes_to", mapping="constructible", style=dashed];
  "sage.category.drinfeld_modules_drinfeldmodules" -> "cat.drinfeldmodules_gamma_f_q_t_k" [kind="normalizes_to", mapping="exact", style=dashed];
  "sage.category.enumerated_sets_enumeratedsets" -> "cat.sets" [kind="normalizes_to", mapping="constructible", style=dashed];
  "sage.category.euclidean_domains_euclideandomains" -> "cat.euclidean_domains" [kind="normalizes_to", mapping="constructible", style=dashed];
  "sage.category.facade_sets_facadesets" -> "val.subobjects_sets" [kind="normalizes_to", mapping="exact", style=dashed];
  "sage.category.fields_fields" -> "cat.fields" [kind="normalizes_to", mapping="constructible", style=dashed];
  "sage.category.filtered_algebras_filteredalgebras" -> "cat.associativeunitalalgebras_r" [kind="normalizes_to", mapping="constructible", style=dashed];
  "sage.category.filtered_algebras_with_basis_filteredalgebraswithbasis" -> "cat.associativeunitalalgebras_r" [kind="normalizes_to", mapping="constructible", style=dashed];
  "sage.category.filtered_hopf_algebras_with_basis_filteredhopfalgebraswithbasis" -> "cat.hopfalgebras_r" [kind="normalizes_to", mapping="constructible", style=dashed];
  "sage.category.filtered_modules_filteredmodules" -> "cat.bimodules_r_r" [kind="normalizes_to", mapping="constructible", style=dashed];
  "sage.category.filtered_modules_with_basis_filteredmoduleswithbasis" -> "cat.bimodules_r_r" [kind="normalizes_to", mapping="constructible", style=dashed];
  "sage.category.finite_complex_reflection_groups_finitecomplexreflectiongroups" -> "cat.complexreflectiongroups" [kind="normalizes_to", mapping="constructible", style=dashed];
  "sage.category.finite_coxeter_groups_finitecoxetergroups" -> "cat.coxetergroups" [kind="normalizes_to", mapping="constructible", style=dashed];
  "sage.category.finite_crystals_finitecrystals" -> "cat.crystals" [kind="normalizes_to", mapping="constructible", style=dashed];
  "sage.category.finite_dimensional_algebras_with_basis_finitedimensionalalgebraswithbasis" -> "cat.associativeunitalalgebras_r" [kind="normalizes_to", mapping="constructible", style=dashed];
  "sage.category.finite_dimensional_graded_lie_algebras_with_basis_finitedimensionalgradedliealgebraswithbasis" -> "cat.liealgebras_r" [kind="normalizes_to", mapping="constructible", style=dashed];
  "sage.category.finite_dimensional_hopf_algebras_with_basis_finitedimensionalhopfalgebraswithbasis" -> "cat.hopfalgebras_r" [kind="normalizes_to", mapping="constructible", style=dashed];
  "sage.category.finite_dimensional_lie_algebras_with_basis_finitedimensionalliealgebraswithbasis" -> "cat.liealgebras_r" [kind="normalizes_to", mapping="constructible", style=dashed];
  "sage.category.finite_dimensional_modules_with_basis_finitedimensionalmoduleswithbasis" -> "cat.bimodules_r_r" [kind="normalizes_to", mapping="constructible", style=dashed];
  "sage.category.finite_dimensional_nilpotent_lie_algebras_with_basis_finitedimensionalnilpotentliealgebraswithbasis" -> "cat.liealgebras_r" [kind="normalizes_to", mapping="constructible", style=dashed];
  "sage.category.finite_dimensional_semisimple_algebras_with_basis_finitedimensionalsemisimplealgebraswithbasis" -> "cat.semisimplealgebras_r" [kind="normalizes_to", mapping="constructible", style=dashed];
  "sage.category.finite_enumerated_sets_finiteenumeratedsets" -> "cat.sets" [kind="normalizes_to", mapping="constructible", style=dashed];
  "sage.category.finite_fields_finitefields" -> "cat.finite_fields" [kind="normalizes_to", mapping="constructible", style=dashed];
  "sage.category.finite_groups_finitegroups" -> "cat.groups" [kind="normalizes_to", mapping="constructible", style=dashed];
  "sage.category.finite_lattice_posets_finitelatticeposets" -> "cat.latticeposets" [kind="normalizes_to", mapping="constructible", style=dashed];
  "sage.category.finite_monoids_finitemonoids" -> "cat.monoids" [kind="normalizes_to", mapping="constructible", style=dashed];
  "sage.category.finite_permutation_groups_finitepermutationgroups" -> "cat.permutationgroups" [kind="normalizes_to", mapping="constructible", style=dashed];
  "sage.category.finite_posets_finiteposets" -> "cat.posets" [kind="normalizes_to", mapping="constructible", style=dashed];
  "sage.category.finite_semigroups_finitesemigroups" -> "cat.semigroups" [kind="normalizes_to", mapping="constructible", style=dashed];
  "sage.category.finite_sets_finitesets" -> "clf.sets.finite.domain" [kind="normalizes_to", mapping="constructible", style=dashed];
  "sage.category.finite_weyl_groups_finiteweylgroups" -> "cat.weylgroups" [kind="normalizes_to", mapping="constructible", style=dashed];
  "sage.category.finitely_generated_lambda_bracket_algebras_finitelygeneratedlambdabracketalgebras" -> "cat.lambdabracketalgebras_r" [kind="normalizes_to", mapping="constructible", style=dashed];
  "sage.category.finitely_generated_lie_conformal_algebras_finitelygeneratedlieconformalalgebras" -> "cat.lieconformalalgebras_r" [kind="normalizes_to", mapping="constructible", style=dashed];
  "sage.category.finitely_generated_magmas_finitelygeneratedmagmas" -> "cat.magmas" [kind="normalizes_to", mapping="constructible", style=dashed];
  "sage.category.finitely_generated_semigroups_finitelygeneratedsemigroups" -> "cat.semigroups" [kind="normalizes_to", mapping="constructible", style=dashed];
  "sage.category.function_fields_functionfields" -> "cat.fields" [kind="normalizes_to", mapping="constructible", style=dashed];
  "sage.category.g_sets_gsets" -> "cat.sets" [kind="normalizes_to", mapping="constructible", style=dashed];
  "sage.category.gcd_domains_gcddomains" -> "cat.gcd_domains" [kind="normalizes_to", mapping="constructible", style=dashed];
  "sage.category.generalized_coxeter_groups_generalizedcoxetergroups" -> "cat.generalizedcoxetergroups" [kind="normalizes_to", mapping="constructible", style=dashed];
  "sage.category.graded_algebras_gradedalgebras" -> "cat.algebras_r.graded" [kind="normalizes_to", mapping="constructible", style=dashed];
  "sage.category.graded_algebras_with_basis_gradedalgebraswithbasis" -> "cat.associativeunitalalgebras_r" [kind="normalizes_to", mapping="constructible", style=dashed];
  "sage.category.graded_coalgebras_gradedcoalgebras" -> "cat.coalgebras_r" [kind="normalizes_to", mapping="constructible", style=dashed];
  "sage.category.graded_coalgebras_with_basis_gradedcoalgebraswithbasis" -> "cat.coalgebras_r" [kind="normalizes_to", mapping="constructible", style=dashed];
  "sage.category.graded_hopf_algebras_with_basis_gradedhopfalgebraswithbasis" -> "cat.hopfalgebras_r" [kind="normalizes_to", mapping="constructible", style=dashed];
  "sage.category.graded_lie_algebras_gradedliealgebras" -> "cat.liealgebras_r" [kind="normalizes_to", mapping="constructible", style=dashed];
  "sage.category.graded_lie_algebras_with_basis_gradedliealgebraswithbasis" -> "cat.liealgebras_r" [kind="normalizes_to", mapping="constructible", style=dashed];
  "sage.category.graded_lie_conformal_algebras_gradedlieconformalalgebras" -> "cat.lieconformalalgebras_r" [kind="normalizes_to", mapping="constructible", style=dashed];
  "sage.category.graded_modules_gradedmodules" -> "cat.bimodules_r_r" [kind="normalizes_to", mapping="constructible", style=dashed];
  "sage.category.graded_modules_with_basis_gradedmoduleswithbasis" -> "cat.bimodules_r_r" [kind="normalizes_to", mapping="constructible", style=dashed];
  "sage.category.graphs_graphs" -> "cat.graphs" [kind="normalizes_to", mapping="exact", style=dashed];
  "sage.category.group_algebras_groupalgebras" -> "cat.groupalgebras_r" [kind="normalizes_to", mapping="exact", style=dashed];
  "sage.category.groupoid_groupoid" -> "cat.groupoidson_g" [kind="normalizes_to", mapping="exact", style=dashed];
  "sage.category.groups_groups" -> "cat.groups" [kind="normalizes_to", mapping="exact", style=dashed];
  "sage.category.h_trivial_semigroups_htrivialsemigroups" -> "cat.semigroups" [kind="normalizes_to", mapping="constructible", style=dashed];
  "sage.category.hecke_modules_heckemodules" -> "cat.modules_r" [kind="normalizes_to", mapping="constructible", style=dashed];
  "sage.category.highest_weight_crystals_highestweightcrystals" -> "cat.crystals" [kind="normalizes_to", mapping="constructible", style=dashed];
  "sage.category.homsets_homsets" -> "cat.homsets_c" [kind="normalizes_to", mapping="exact", style=dashed];
  "sage.category.hopf_algebras_hopfalgebras" -> "cat.hopfalgebras_r" [kind="normalizes_to", mapping="exact", style=dashed];
  "sage.category.hopf_algebras_with_basis_hopfalgebraswithbasis" -> "cat.hopfalgebras_r" [kind="normalizes_to", mapping="constructible", style=dashed];
  "sage.category.infinite_enumerated_sets_infiniteenumeratedsets" -> "cat.sets" [kind="normalizes_to", mapping="constructible", style=dashed];
  "sage.category.integral_domains_integraldomains" -> "cat.integral_domains" [kind="normalizes_to", mapping="constructible", style=dashed];
  "sage.category.j_trivial_semigroups_jtrivialsemigroups" -> "cat.semigroups" [kind="normalizes_to", mapping="constructible", style=dashed];
  "sage.category.kac_moody_algebras_kacmoodyalgebras" -> "cat.kacmoodyalgebras_r" [kind="normalizes_to", mapping="exact", style=dashed];
  "sage.category.kahler_algebras_kahleralgebras" -> "cat.associativeunitalalgebras_r" [kind="normalizes_to", mapping="constructible", style=dashed];
  "sage.category.l_trivial_semigroups_ltrivialsemigroups" -> "cat.semigroups" [kind="normalizes_to", mapping="constructible", style=dashed];
  "sage.category.lambda_bracket_algebras_lambdabracketalgebras" -> "cat.lambdabracketalgebras_r" [kind="normalizes_to", mapping="exact", style=dashed];
  "sage.category.lambda_bracket_algebras_with_basis_lambdabracketalgebraswithbasis" -> "cat.lambdabracketalgebras_r" [kind="normalizes_to", mapping="constructible", style=dashed];
  "sage.category.lattice_posets_distributivelattices" -> "cat.latticeposets" [kind="normalizes_to", mapping="constructible", style=dashed];
  "sage.category.lattice_posets_latticeposets" -> "cat.latticeposets" [kind="normalizes_to", mapping="constructible", style=dashed];
  "sage.category.left_modules_leftmodules" -> "cat.modules_r" [kind="normalizes_to", mapping="presentation_alias", style=dashed];
  "sage.category.lie_algebras_liealgebras" -> "cat.liealgebras_r" [kind="normalizes_to", mapping="exact", style=dashed];
  "sage.category.lie_algebras_with_basis_liealgebraswithbasis" -> "cat.liealgebras_r" [kind="normalizes_to", mapping="constructible", style=dashed];
  "sage.category.lie_conformal_algebras_lieconformalalgebras" -> "cat.lieconformalalgebras_r" [kind="normalizes_to", mapping="exact", style=dashed];
  "sage.category.lie_conformal_algebras_with_basis_lieconformalalgebraswithbasis" -> "cat.lieconformalalgebras_r" [kind="normalizes_to", mapping="constructible", style=dashed];
  "sage.category.lie_groups_liegroups" -> "cat.liegroups" [kind="normalizes_to", mapping="exact", style=dashed];
  "sage.category.loop_crystals_kirillovreshetikhincrystals" -> "cat.loopcrystals" [kind="normalizes_to", mapping="constructible", style=dashed];
  "sage.category.loop_crystals_loopcrystals" -> "cat.loopcrystals" [kind="normalizes_to", mapping="exact", style=dashed];
  "sage.category.loop_crystals_regularloopcrystals" -> "cat.loopcrystals" [kind="normalizes_to", mapping="constructible", style=dashed];
  "sage.category.magmas_magmas" -> "cat.magmas" [kind="normalizes_to", mapping="exact", style=dashed];
  "sage.category.magmas_and_additive_magmas_magmasandadditivemagmas" -> "cat.magmaswithtwooperations" [kind="normalizes_to", mapping="exact", style=dashed];
  "sage.category.magmatic_algebras_magmaticalgebras" -> "cat.algebras_r" [kind="normalizes_to", mapping="exact", style=dashed];
  "sage.category.manifolds_complexmanifolds" -> "cat.manifolds" [kind="normalizes_to", mapping="constructible", style=dashed];
  "sage.category.manifolds_manifolds" -> "cat.manifolds" [kind="normalizes_to", mapping="exact", style=dashed];
  "sage.category.matrix_algebras_matrixalgebras" -> "cat.associativeunitalalgebras_k" [kind="normalizes_to", mapping="constructible", style=dashed];
  "sage.category.metric_spaces_metricspaces" -> "cat.metricspaces" [kind="normalizes_to", mapping="constructible", style=dashed];
  "sage.category.modular_abelian_varieties_modularabelianvarieties" -> "cat.abelianvarieties_k" [kind="normalizes_to", mapping="constructible", style=dashed];
  "sage.category.modules_modules" -> "cat.bimodules_r_r" [kind="normalizes_to", mapping="exact", style=dashed];
-   "sage.category.modules_with_basis_moduleswithbasis" -> "cat.bimodules_r_r" [kind="normalizes_to", mapping="constructible", style=dashed];
+   "sage.category.modules_with_basis_moduleswithbasis" -> "cat.modules_with_basis" [kind="normalizes_to", mapping="constructible", style=dashed];
  "sage.category.monoids_monoids" -> "cat.monoids" [kind="normalizes_to", mapping="exact", style=dashed];
  "sage.category.noetherian_rings_noetherianrings" -> "cat.commutativerings" [kind="normalizes_to", mapping="constructible", style=dashed];
  "sage.category.number_fields_numberfields" -> "cat.fields" [kind="normalizes_to", mapping="constructible", style=dashed];
  "sage.category.objects_objects" -> "val.coslices_cat_1" [kind="normalizes_to", mapping="exact", style=dashed];
  "sage.category.ore_modules_oremodules" -> "cat.modules_r" [kind="normalizes_to", mapping="constructible", style=dashed];
  "sage.category.partially_ordered_monoids_partiallyorderedmonoids" -> "cat.monoids" [kind="normalizes_to", mapping="constructible", style=dashed];
  "sage.category.permutation_groups_permutationgroups" -> "cat.permutationgroups" [kind="normalizes_to", mapping="constructible", style=dashed];
  "sage.category.pointed_sets_pointedsets" -> "cat.sets" [kind="normalizes_to", mapping="constructible", style=dashed];
  "sage.category.polyhedra_polyhedralsets" -> "cat.polyhedra_r" [kind="normalizes_to", mapping="exact", style=dashed];
  "sage.category.posets_posets" -> "cat.posets" [kind="normalizes_to", mapping="exact", style=dashed];
  "sage.category.principal_ideal_domains_principalidealdomains" -> "cat.pids" [kind="normalizes_to", mapping="constructible", style=dashed];
  "sage.category.quantum_group_representations_quantumgrouprepresentations" -> "cat.modules_r" [kind="normalizes_to", mapping="constructible", style=dashed];
  "sage.category.quotient_fields_quotientfields" -> "cat.fields" [kind="normalizes_to", mapping="constructible", style=dashed];
  "sage.category.r_trivial_semigroups_rtrivialsemigroups" -> "cat.semigroups" [kind="normalizes_to", mapping="constructible", style=dashed];
  "sage.category.regular_crystals_regularcrystals" -> "cat.crystals" [kind="normalizes_to", mapping="constructible", style=dashed];
  "sage.category.regular_supercrystals_regularsupercrystals" -> "cat.supercrystals" [kind="normalizes_to", mapping="constructible", style=dashed];
  "sage.category.right_modules_rightmodules" -> "cat.right_modules_r" [kind="normalizes_to", mapping="exact", style=dashed];
  "sage.category.ring_ideals_ringideals" -> "cat.ringideals_r" [kind="normalizes_to", mapping="exact", style=dashed];
  "sage.category.rings_rings" -> "cat.rings" [kind="normalizes_to", mapping="exact", style=dashed];
  "sage.category.rngs_rngs" -> "cat.rngs" [kind="normalizes_to", mapping="exact", style=dashed];
  "sage.category.schemes_jacobians" -> "cat.abelianvarieties_k" [kind="normalizes_to", mapping="constructible", style=dashed];
  "sage.category.schemes_schemes" -> "cat.schemes_s" [kind="normalizes_to", mapping="exact", style=dashed];
  "sage.category.semigroups_semigroups" -> "cat.semigroups" [kind="normalizes_to", mapping="exact", style=dashed];
  "sage.category.semirings_semirings" -> "cat.semirings" [kind="normalizes_to", mapping="exact", style=dashed];
  "sage.category.semisimple_algebras_semisimplealgebras" -> "cat.semisimplealgebras_r" [kind="normalizes_to", mapping="constructible", style=dashed];
  "sage.category.sets_cat_sets" -> "cat.sets" [kind="normalizes_to", mapping="exact", style=dashed];
  "sage.category.sets_with_grading_setswithgrading" -> "clf.sets.graded.domain" [kind="normalizes_to", mapping="constructible", style=dashed];
  "sage.category.sets_with_partial_maps_setswithpartialmaps" -> "cat.setswithpartialmaps" [kind="normalizes_to", mapping="exact", style=dashed];
  "sage.category.shephard_groups_shephardgroups" -> "cat.generalizedcoxetergroups" [kind="normalizes_to", mapping="constructible", style=dashed];
  "sage.category.simplicial_complexes_simplicialcomplexes" -> "cat.simplicialcomplexes" [kind="normalizes_to", mapping="exact", style=dashed];
  "sage.category.simplicial_sets_simplicialsets" -> "cat.simplicialsets" [kind="normalizes_to", mapping="exact", style=dashed];
  "sage.category.super_algebras_superalgebras" -> "cat.associativeunitalalgebras_r" [kind="normalizes_to", mapping="constructible", style=dashed];
  "sage.category.super_algebras_with_basis_superalgebraswithbasis" -> "cat.associativeunitalalgebras_r" [kind="normalizes_to", mapping="constructible", style=dashed];
  "sage.category.super_hopf_algebras_with_basis_superhopfalgebraswithbasis" -> "cat.hopfalgebras_r" [kind="normalizes_to", mapping="constructible", style=dashed];
  "sage.category.super_lie_conformal_algebras_superlieconformalalgebras" -> "cat.lieconformalalgebras_r" [kind="normalizes_to", mapping="constructible", style=dashed];
  "sage.category.super_modules_supermodules" -> "cat.bimodules_r_r" [kind="normalizes_to", mapping="constructible", style=dashed];
  "sage.category.super_modules_with_basis_supermoduleswithbasis" -> "cat.bimodules_r_r" [kind="normalizes_to", mapping="constructible", style=dashed];
  "sage.category.supercommutative_algebras_supercommutativealgebras" -> "cat.superalgebras_r" [kind="normalizes_to", mapping="constructible", style=dashed];
  "sage.category.supercrystals_supercrystals" -> "cat.supercrystals" [kind="normalizes_to", mapping="constructible", style=dashed];
  "sage.category.topological_spaces_topologicalspaces" -> "cat.topologicalspaces" [kind="normalizes_to", mapping="exact", style=dashed];
  "sage.category.triangular_kac_moody_algebras_triangularkacmoodyalgebras" -> "cat.kacmoodyalgebras_r" [kind="normalizes_to", mapping="constructible", style=dashed];
  "sage.category.unique_factorization_domains_uniquefactorizationdomains" -> "cat.ufds" [kind="normalizes_to", mapping="constructible", style=dashed];
  "sage.category.unital_algebras_unitalalgebras" -> "cat.algebras_r" [kind="normalizes_to", mapping="constructible", style=dashed];
  "sage.category.vector_bundles_vectorbundles" -> "cat.vectorbundles_x_r" [kind="normalizes_to", mapping="exact", style=dashed];
-   "sage.category.vector_spaces_vectorspaces" -> "cat.modules_k" [kind="normalizes_to", mapping="exact", style=dashed];
+   "sage.category.vector_spaces_vectorspaces" -> "cat.bimodules_k_k" [kind="normalizes_to", mapping="exact", style=dashed];
  "sage.category.weyl_groups_weylgroups" -> "cat.weylgroups" [kind="normalizes_to", mapping="constructible", style=dashed];
-   "sage.category.with_axiom.vectorspaces.withbasis" -> "cat.vector_spaces_k" [kind="normalizes_to", mapping="constructible", style=dashed];
+   "sage.category.with_axiom.vectorspaces.withbasis" -> "cat.bimodules_k_k" [kind="normalizes_to", mapping="constructible", style=dashed];
  "sage.category.with_axiom.unitalalgebras.withbasis" -> "cat.unital_algebras" [kind="normalizes_to", mapping="constructible", style=dashed];
  "sage.category.with_axiom.additivemagmas.additivecommutative" -> "cat.magmas" [kind="normalizes_to", mapping="constructible", style=dashed];
  "sage.category.with_axiom.monoids.commutative" -> "cat.monoids" [kind="normalizes_to", mapping="constructible", style=dashed];
  "sage.category.with_axiom.commutativerings.finite" -> "cat.commutative_rings" [kind="normalizes_to", mapping="constructible", style=dashed];
  "sage.category.with_axiom.posets.bounded" -> "cat.posets" [kind="normalizes_to", mapping="constructible", style=dashed];
-   "sage.category.with_axiom.vectorspaces.graded" -> "cat.vector_spaces_k" [kind="normalizes_to", mapping="constructible", style=dashed];
-   "sage.category.with_axiom.vectorspaces.withbasis.graded" -> "cat.vector_spaces_k" [kind="normalizes_to", mapping="constructible", style=dashed];
+   "sage.category.with_axiom.vectorspaces.graded" -> "cat.bimodules_k_k" [kind="normalizes_to", mapping="constructible", style=dashed];
+   "sage.category.with_axiom.vectorspaces.withbasis.graded" -> "cat.bimodules_k_k" [kind="normalizes_to", mapping="constructible", style=dashed];
  "sage.category.with_axiom.coalgebras.filtered" -> "cat.coalgebras_r" [kind="normalizes_to", mapping="constructible", style=dashed];
-   "sage.category.with_axiom.vectorspaces.filtered" -> "cat.vector_spaces_k" [kind="normalizes_to", mapping="constructible", style=dashed];
-   "sage.category.with_axiom.vectorspaces.withbasis.filtered" -> "cat.vector_spaces_k" [kind="normalizes_to", mapping="constructible", style=dashed];
+   "sage.category.with_axiom.vectorspaces.filtered" -> "cat.bimodules_k_k" [kind="normalizes_to", mapping="constructible", style=dashed];
+   "sage.category.with_axiom.vectorspaces.withbasis.filtered" -> "cat.bimodules_k_k" [kind="normalizes_to", mapping="constructible", style=dashed];
  "sage.category.with_axiom.magmas.unital.inverse" -> "cat.magmas" [kind="normalizes_to", mapping="constructible", style=dashed];
  "sage.category.with_axiom.sets.infinite" -> "cat.sets" [kind="normalizes_to", mapping="constructible", style=dashed];
  "sage.category.with_axiom.magmas.unital" -> "cat.magmas" [kind="normalizes_to", mapping="constructible", style=dashed];
}
